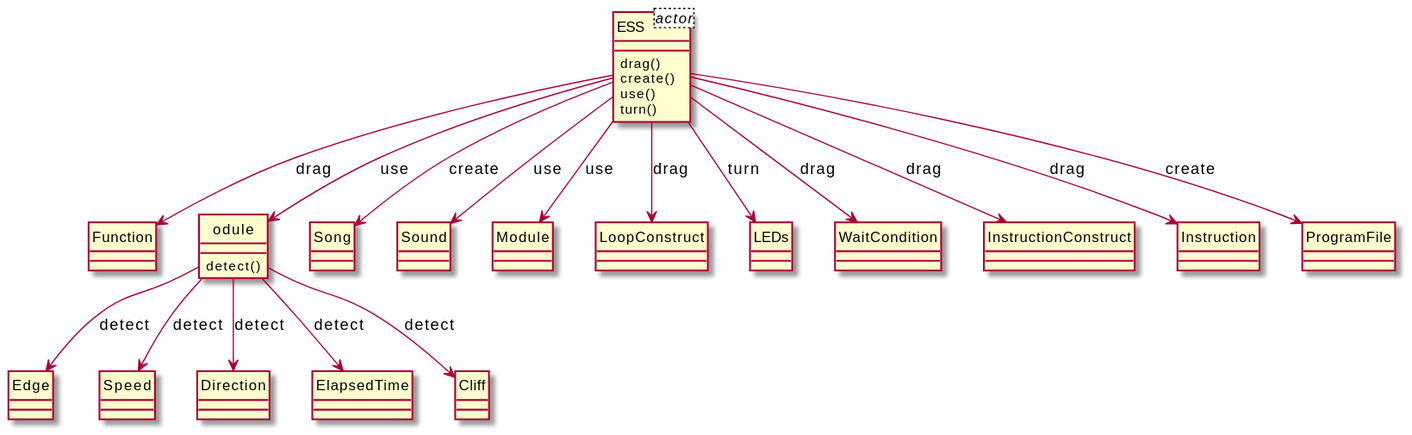
Earlier version of the PlantUML export output/diagram_5/2014-USC-Project07.svg (xixixhalu/DomainModelExtractor).
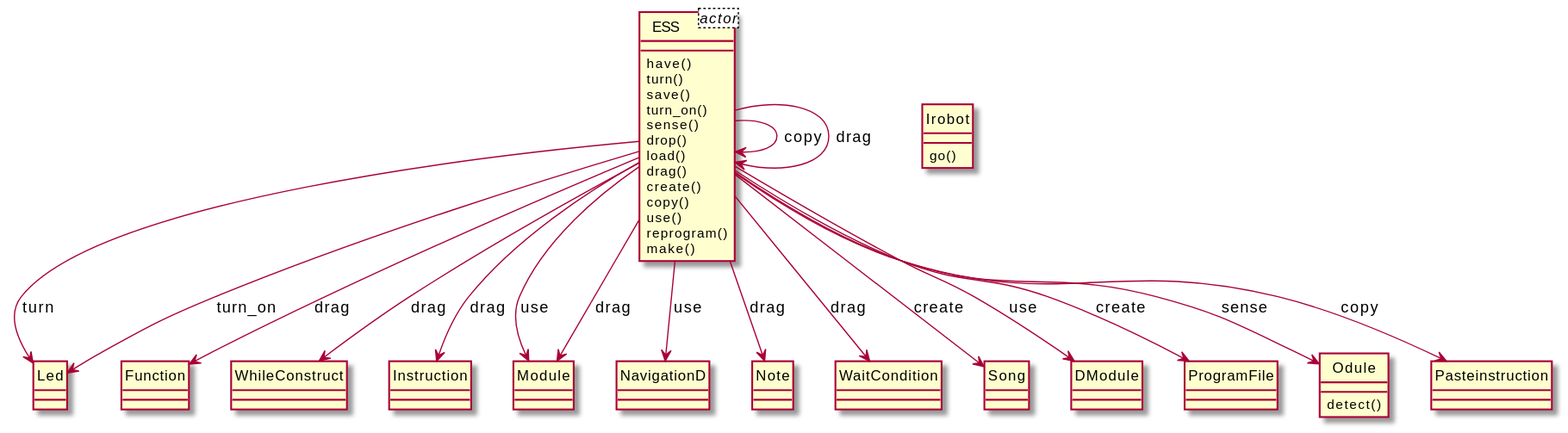
Above is the later version.

The edit, as a diff of the source:
```diff
@@ -3,58 +3,65 @@
 class ESS<actor> {
 }
 class ESS {
+	have()
+	turn()
+	save()
+	turn_on()
+	sense()
+	drop()
+	load()
 	drag()
 	create()
+	copy()
 	use()
-	turn()
+	reprogram()
+	make()
+}
+class Led {
 }
 class Function {
 }
-class odule {
-	detect()
+class WhileConstruct {
 }
-class Edge {
+class Instruction {
+}
+class Irobot {
+	go()
+}
+class Module {
+}
+class NavigationD {
+}
+class Note {
+}
+class WaitCondition {
 }
 class Song {
 }
-class Sound {
-}
-class Module {
-}
-class LoopConstruct {
-}
-class Speed {
-}
-class LEDs {
-}
-class WaitCondition {
-}
-class Direction {
-}
-class InstructionConstruct {
-}
-class Instruction {
+class DModule {
 }
 class ProgramFile {
 }
-class ElapsedTime {
+class Odule {
+	detect()
 }
-class Cliff {
+class Pasteinstruction {
 }
-ESS --> Sound : use
-odule --> ElapsedTime : detect
-odule --> Speed : detect
+ESS --> Note : drag
+ESS --> Pasteinstruction : copy
+ESS --> ESS : copy
+ESS --> Module : use
+ESS --> WhileConstruct : drag
+ESS --> Module : drag
+ESS --> Led : turn
+ESS --> DModule : use
+ESS --> ProgramFile : create
 ESS --> Instruction : drag
-odule --> Edge : detect
-odule --> Direction : detect
+ESS --> WaitCondition : drag
+ESS --> Odule : sense
+ESS --> NavigationD : use
+ESS --> ESS : drag
 ESS --> Function : drag
-ESS --> Module : use
-odule --> Cliff : detect
-ESS --> LEDs : turn
-ESS --> ProgramFile : create
 ESS --> Song : create
-ESS --> odule : use
-ESS --> LoopConstruct : drag
-ESS --> InstructionConstruct : drag
-ESS --> WaitCondition : drag
+ESS --> Led : turn_on
 @enduml
```
